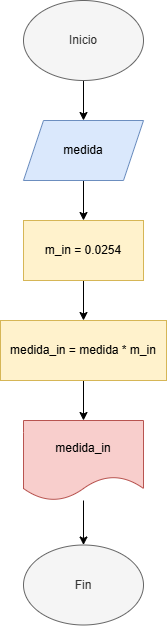
hacUPB/prog-2510-eval-u2-SantiagoRios514 keeps this draw.io diagram as Retos/images/Reto2.png. Above is the earlier version. Source tidied: cells renumbered, new cells last; positions are measured from the earlier drawing's top-left corner, leaving out a move shared by most shapes.
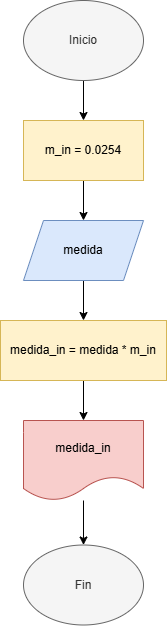
After the commit.

Change to the diagram source:
```diff
@@ -2,23 +2,23 @@
   <root>
     <mxCell id="0" />
     <mxCell id="1" parent="0" />
-    <mxCell id="2" style="edgeStyle=orthogonalEdgeStyle;rounded=0;jettySize=auto;html=1;" parent="1" edge="1" source="3" target="5">
-      <mxGeometry relative="1" as="geometry" />
-    </mxCell>
+    <mxCell id="13" style="edgeStyle=orthogonalEdgeStyle;rounded=0;jettySize=auto;html=1;" parent="1" edge="1" source="3" target="7">
+      <mxGeometry relative="1" as="geometry" />
+    </mxCell>
     <mxCell id="3" value="Inicio" style="ellipse;whiteSpace=wrap;html=1;fillColor=#f5f5f5;fontColor=#333333;strokeColor=#666666;" parent="1" vertex="1">
       <mxGeometry x="23" width="120" height="80" as="geometry" />
     </mxCell>
-    <mxCell id="4" style="edgeStyle=orthogonalEdgeStyle;rounded=0;jettySize=auto;html=1;" parent="1" edge="1" source="5" target="7">
-      <mxGeometry relative="1" as="geometry" />
-    </mxCell>
+    <mxCell id="14" style="edgeStyle=orthogonalEdgeStyle;rounded=0;jettySize=auto;html=1;" parent="1" edge="1" source="5" target="9">
+      <mxGeometry relative="1" as="geometry" />
+    </mxCell>
     <mxCell id="5" value="medida" style="shape=parallelogram;perimeter=parallelogramPerimeter;whiteSpace=wrap;html=1;fixedSize=1;fillColor=#dae8fc;strokeColor=#6c8ebf;" parent="1" vertex="1">
-      <mxGeometry x="23" y="120" width="120" height="60" as="geometry" />
+      <mxGeometry x="23" y="220" width="120" height="60" as="geometry" />
     </mxCell>
-    <mxCell id="6" style="edgeStyle=orthogonalEdgeStyle;rounded=0;jettySize=auto;html=1;" parent="1" edge="1" source="7" target="9">
-      <mxGeometry relative="1" as="geometry" />
-    </mxCell>
+    <mxCell id="15" style="edgeStyle=orthogonalEdgeStyle;rounded=0;jettySize=auto;html=1;" parent="1" edge="1" source="7" target="5">
+      <mxGeometry relative="1" as="geometry" />
+    </mxCell>
     <mxCell id="7" value="m_in = 0.0254" style="whiteSpace=wrap;html=1;fillColor=#fff2cc;strokeColor=#d6b656;" parent="1" vertex="1">
-      <mxGeometry x="23" y="220" width="120" height="60" as="geometry" />
+      <mxGeometry x="23" y="120" width="120" height="60" as="geometry" />
     </mxCell>
     <mxCell id="8" style="edgeStyle=orthogonalEdgeStyle;rounded=0;jettySize=auto;html=1;" parent="1" edge="1" source="9" target="11">
       <mxGeometry relative="1" as="geometry" />
```
